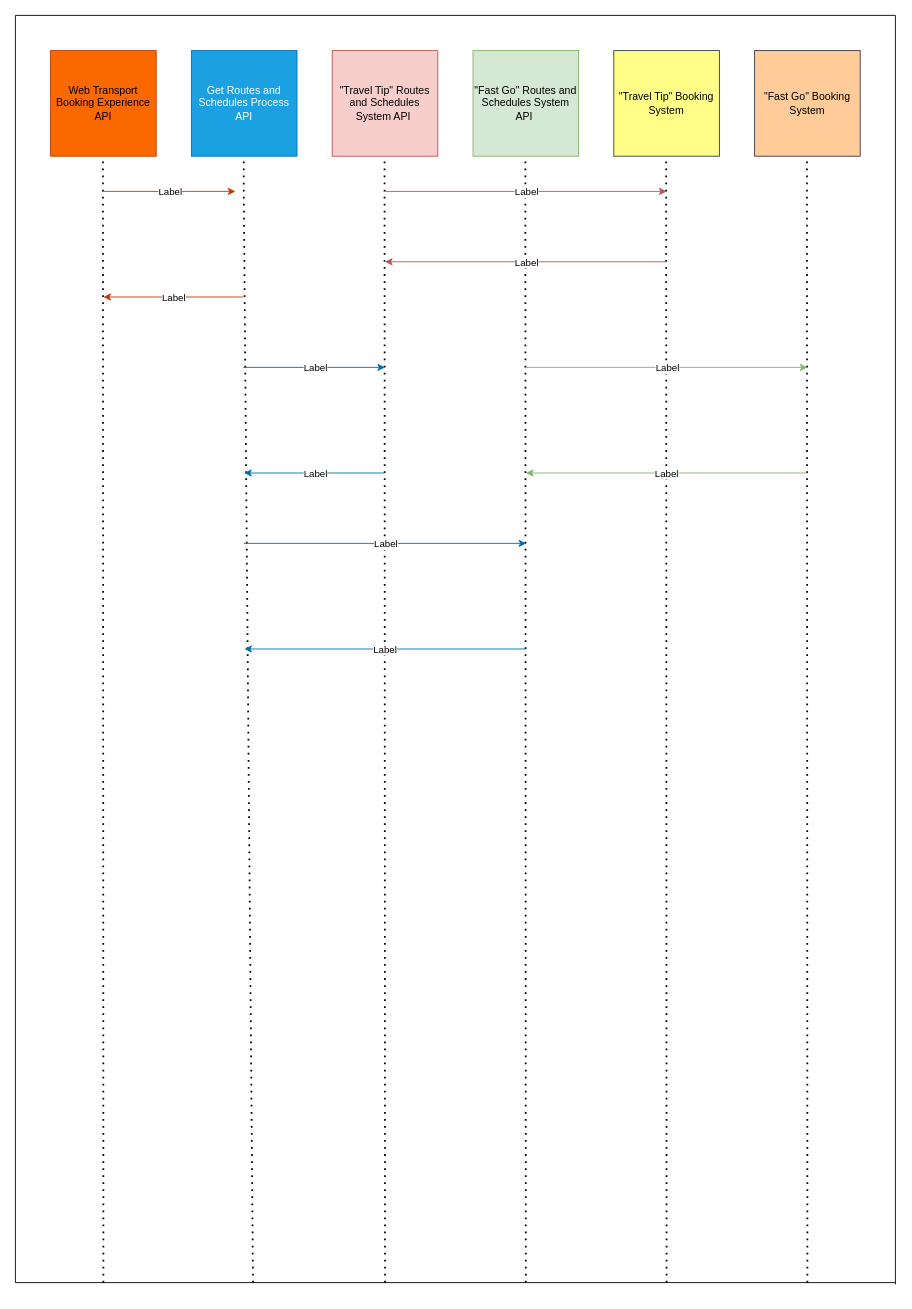
Above: Web App Sequence Diagram.drawio in busugu2018/TripEasy (draw.io), before the change. Source tidied: cells renumbered, new cells numbered last; positions are measured from the earlier drawing's top-left corner, leaving out a move shared by most shapes. Both pictures are drawn from the tidied source at 88%, with x=0, y=0 at pixel (15, 15).
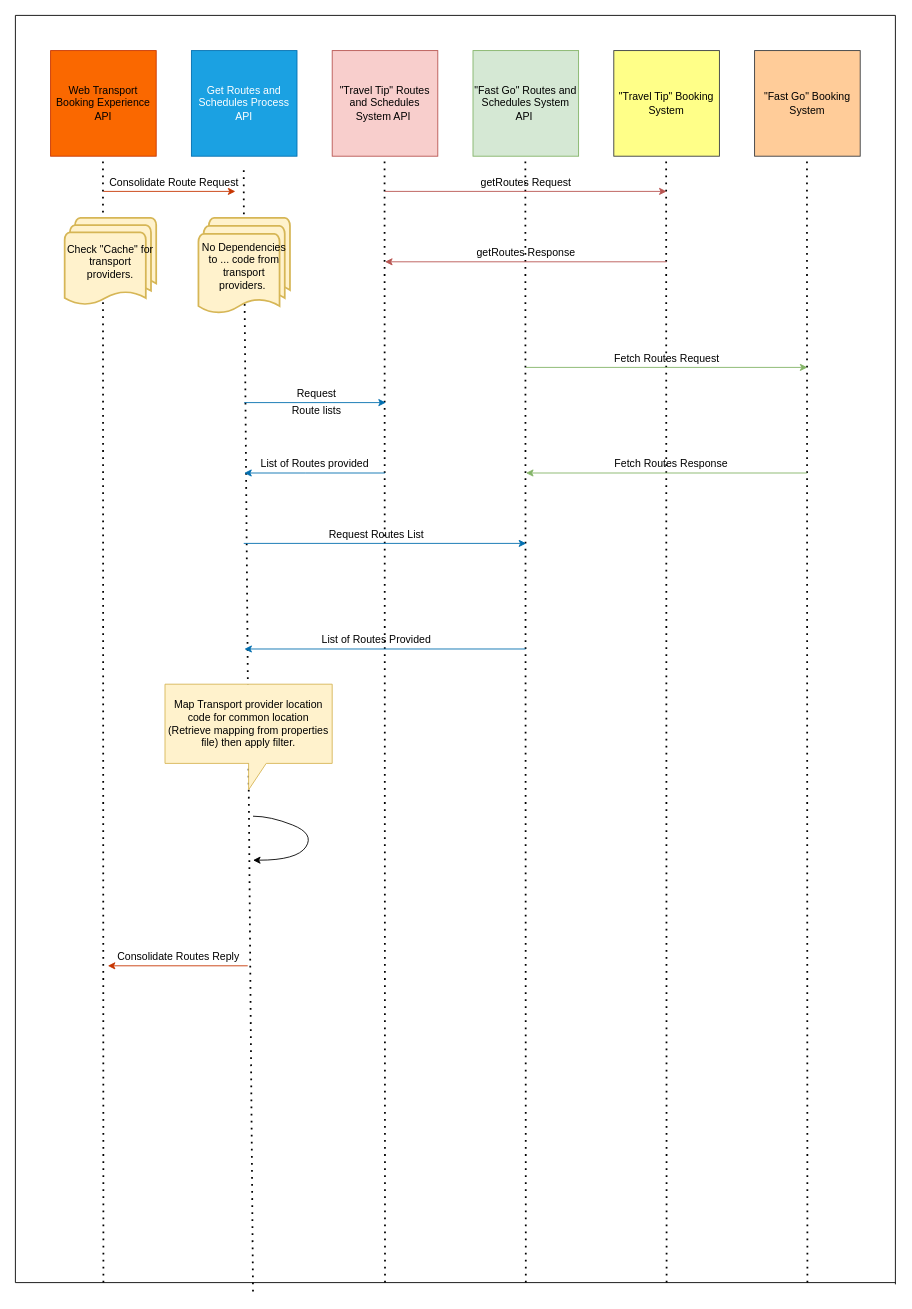
After the change.

Unchanged cells that the change refers to:
```xml
<mxCell id="18" style="endArrow=classic;html=1;rounded=0;fillColor=#fa6800;strokeColor=#C73500;" parent="1" edge="1">
  <mxGeometry relative="1" as="geometry">
    <mxPoint x="100" y="200" as="sourcePoint" />
    <mxPoint x="250" y="200" as="targetPoint" />
  </mxGeometry>
</mxCell>
<mxCell id="20" style="endArrow=classic;html=1;rounded=0;fillColor=#f8cecc;strokeColor=#b85450;" parent="1" edge="1">
  <mxGeometry relative="1" as="geometry">
    <mxPoint x="740" y="280" as="sourcePoint" />
    <mxPoint x="420" y="280" as="targetPoint" />
  </mxGeometry>
</mxCell>
<mxCell id="22" style="endArrow=classic;html=1;rounded=0;fillColor=#f8cecc;strokeColor=#b85450;" parent="1" edge="1">
  <mxGeometry relative="1" as="geometry">
    <mxPoint x="420" y="200" as="sourcePoint" />
    <mxPoint x="740" y="200" as="targetPoint" />
  </mxGeometry>
</mxCell>
<mxCell id="24" style="endArrow=classic;html=1;rounded=0;fillColor=#1ba1e2;strokeColor=#006EAF;" parent="1" edge="1">
  <mxGeometry relative="1" as="geometry">
    <mxPoint x="259.5" y="600" as="sourcePoint" />
    <mxPoint x="580.5" y="600" as="targetPoint" />
  </mxGeometry>
</mxCell>
<mxCell id="32" style="endArrow=classic;html=1;rounded=0;fillColor=#1ba1e2;strokeColor=#006EAF;" parent="1" edge="1">
  <mxGeometry relative="1" as="geometry">
    <mxPoint x="579.8" y="720" as="sourcePoint" />
    <mxPoint x="260.2" y="720" as="targetPoint" />
  </mxGeometry>
</mxCell>
<mxCell id="34" style="endArrow=classic;html=1;rounded=0;fillColor=#d5e8d4;strokeColor=#82b366;" parent="1" edge="1">
  <mxGeometry relative="1" as="geometry">
    <mxPoint x="580" y="400" as="sourcePoint" />
    <mxPoint x="900" y="400" as="targetPoint" />
  </mxGeometry>
</mxCell>
<mxCell id="36" style="endArrow=classic;html=1;rounded=0;fillColor=#d5e8d4;strokeColor=#82b366;" parent="1" edge="1">
  <mxGeometry relative="1" as="geometry">
    <mxPoint x="899.8" y="520" as="sourcePoint" />
    <mxPoint x="580.2" y="520" as="targetPoint" />
  </mxGeometry>
</mxCell>
```

Change to the diagram source:
```diff
@@
     <mxCell id="13" style="endArrow=none;dashed=1;html=1;dashPattern=1 3;strokeWidth=2;rounded=0;" parent="1" edge="1">
       <mxGeometry relative="1" as="geometry">
-        <mxPoint x="270" y="1440" as="sourcePoint" />
-        <mxPoint x="259.5" y="160" as="targetPoint" />
+        <mxPoint x="270" y="1450" as="sourcePoint" />
+        <mxPoint x="259.5" y="170" as="targetPoint" />
         <Array as="points">
-          <mxPoint x="259.5" y="200" />
+          <mxPoint x="259.5" y="210" />
         </Array>
       </mxGeometry>
     </mxCell>
@@
-    <mxCell id="19" value="Label" style="edgeLabel;html=1;align=center;verticalAlign=middle;" parent="18" vertex="1">
-      <mxGeometry relative="1" as="geometry" />
-    </mxCell>
@@
-    <mxCell id="21" value="Label" style="edgeLabel;html=1;align=center;verticalAlign=middle;" parent="20" vertex="1">
-      <mxGeometry relative="1" as="geometry" />
-    </mxCell>
@@
-    <mxCell id="23" value="Label" style="edgeLabel;html=1;align=center;verticalAlign=middle;" parent="22" vertex="1">
-      <mxGeometry relative="1" as="geometry" />
-    </mxCell>
@@
-    <mxCell id="25" value="Label" style="edgeLabel;html=1;align=center;verticalAlign=middle;" parent="24" vertex="1">
-      <mxGeometry relative="1" as="geometry" />
-    </mxCell>
     <mxCell id="26" style="endArrow=classic;html=1;rounded=0;fillColor=#1ba1e2;strokeColor=#006EAF;" parent="1" edge="1">
       <mxGeometry relative="1" as="geometry">
         <mxPoint x="420" y="520" as="sourcePoint" />
         <mxPoint x="260" y="520" as="targetPoint" />
+        <Array as="points">
+          <mxPoint x="330" y="520" />
+        </Array>
       </mxGeometry>
     </mxCell>
-    <mxCell id="27" value="Label" style="edgeLabel;html=1;align=center;verticalAlign=middle;" parent="26" vertex="1">
-      <mxGeometry relative="1" as="geometry" />
-    </mxCell>
     <mxCell id="28" style="endArrow=classic;html=1;rounded=0;fillColor=#fa6800;strokeColor=#C73500;" parent="1" edge="1">
       <mxGeometry relative="1" as="geometry">
-        <mxPoint x="259" y="320" as="sourcePoint" />
-        <mxPoint x="100" y="320" as="targetPoint" />
+        <mxPoint x="264" y="1080" as="sourcePoint" />
+        <mxPoint x="105" y="1080" as="targetPoint" />
       </mxGeometry>
     </mxCell>
-    <mxCell id="29" value="Label" style="edgeLabel;html=1;align=center;verticalAlign=middle;" parent="28" vertex="1">
-      <mxGeometry relative="1" as="geometry" />
-    </mxCell>
     <mxCell id="30" style="endArrow=classic;html=1;rounded=0;fillColor=#1ba1e2;strokeColor=#006EAF;" parent="1" edge="1">
       <mxGeometry relative="1" as="geometry">
-        <mxPoint x="259" y="400" as="sourcePoint" />
-        <mxPoint x="420" y="400" as="targetPoint" />
+        <mxPoint x="260" y="440" as="sourcePoint" />
+        <mxPoint x="421" y="440" as="targetPoint" />
       </mxGeometry>
     </mxCell>
-    <mxCell id="31" value="Label" style="edgeLabel;html=1;align=center;verticalAlign=middle;" parent="30" vertex="1">
-      <mxGeometry relative="1" as="geometry" />
-    </mxCell>
@@
-    <mxCell id="33" value="Label" style="edgeLabel;html=1;align=center;verticalAlign=middle;" parent="32" vertex="1">
-      <mxGeometry relative="1" as="geometry" />
-    </mxCell>
@@
-    <mxCell id="35" value="Label" style="edgeLabel;html=1;align=center;verticalAlign=middle;" parent="34" vertex="1">
-      <mxGeometry relative="1" as="geometry" />
-    </mxCell>
@@
-    <mxCell id="37" value="Label" style="edgeLabel;html=1;align=center;verticalAlign=middle;" parent="36" vertex="1">
-      <mxGeometry relative="1" as="geometry" />
-    </mxCell>
+    <mxCell id="38" value="&lt;div style=&quot;line-height: 1.17&quot;&gt;Consolidate Route Request&lt;/div&gt;" style="text;html=1;align=center;verticalAlign=middle;strokeColor=none;fillColor=none;" parent="1" vertex="1">
+      <mxGeometry x="100" y="180" width="160" height="20" as="geometry" />
+    </mxCell>
+    <mxCell id="39" value="&lt;span&gt;Check &quot;Cache&quot; for transport providers.&lt;/span&gt;" style="strokeWidth=2;html=1;shape=mxgraph.flowchart.multi-document;whiteSpace=wrap;align=center;fillColor=#fff2cc;strokeColor=#d6b656;" parent="1" vertex="1">
+      <mxGeometry x="56" y="230" width="104" height="100" as="geometry" />
+    </mxCell>
+    <mxCell id="40" value="No Dependencies to ... code from transport providers.&amp;nbsp;" style="strokeWidth=2;html=1;shape=mxgraph.flowchart.multi-document;whiteSpace=wrap;align=center;fillColor=#fff2cc;strokeColor=#d6b656;" parent="1" vertex="1">
+      <mxGeometry x="208" y="230" width="104" height="110" as="geometry" />
+    </mxCell>
+    <mxCell id="41" value="Request" style="text;html=1;align=center;verticalAlign=middle;strokeColor=none;fillColor=none;" parent="1" vertex="1">
+      <mxGeometry x="312" y="420" width="60" height="20" as="geometry" />
+    </mxCell>
+    <mxCell id="42" value="Route lists" style="text;html=1;align=center;verticalAlign=middle;strokeColor=none;fillColor=none;" parent="1" vertex="1">
+      <mxGeometry x="307" y="440" width="70" height="20" as="geometry" />
+    </mxCell>
+    <mxCell id="43" value="List of Routes provided" style="text;html=1;align=center;verticalAlign=middle;strokeColor=none;fillColor=none;" parent="1" vertex="1">
+      <mxGeometry x="270" y="500" width="140" height="20" as="geometry" />
+    </mxCell>
+    <mxCell id="44" value="Request Routes List" style="text;html=1;align=center;verticalAlign=middle;strokeColor=none;fillColor=none;" parent="1" vertex="1">
+      <mxGeometry x="350" y="580" width="120" height="20" as="geometry" />
+    </mxCell>
+    <mxCell id="45" value="List of Routes Provided" style="text;html=1;align=center;verticalAlign=middle;strokeColor=none;fillColor=none;" parent="1" vertex="1">
+      <mxGeometry x="340" y="700" width="140" height="20" as="geometry" />
+    </mxCell>
+    <mxCell id="46" value="getRoutes Request" style="text;html=1;align=center;verticalAlign=middle;strokeColor=none;fillColor=none;" parent="1" vertex="1">
+      <mxGeometry x="520" y="180" width="120" height="20" as="geometry" />
+    </mxCell>
+    <mxCell id="47" value="getRoutes Response" style="text;html=1;align=center;verticalAlign=middle;strokeColor=none;fillColor=none;" parent="1" vertex="1">
+      <mxGeometry x="515" y="260" width="130" height="20" as="geometry" />
+    </mxCell>
+    <mxCell id="48" value="Fetch Routes Request" style="text;html=1;align=center;verticalAlign=middle;strokeColor=none;fillColor=none;" parent="1" vertex="1">
+      <mxGeometry x="675" y="380" width="130" height="20" as="geometry" />
+    </mxCell>
+    <mxCell id="49" value="Fetch Routes Response" style="text;html=1;align=center;verticalAlign=middle;strokeColor=none;fillColor=none;" parent="1" vertex="1">
+      <mxGeometry x="675" y="500" width="140" height="20" as="geometry" />
+    </mxCell>
+    <mxCell id="50" style="curved=1;endArrow=classic;html=1;rounded=0;" parent="1" edge="1">
+      <mxGeometry relative="1" as="geometry">
+        <mxPoint x="270" y="910" as="sourcePoint" />
+        <mxPoint x="270" y="960" as="targetPoint" />
+        <Array as="points">
+          <mxPoint x="290" y="910" />
+          <mxPoint x="340" y="930" />
+          <mxPoint x="320" y="960" />
+        </Array>
+      </mxGeometry>
+    </mxCell>
+    <mxCell id="51" value="Map Transport provider location code for common location (Retrieve mapping from properties file) then apply filter." style="shape=callout;whiteSpace=wrap;html=1;perimeter=calloutPerimeter;align=center;fillColor=#fff2cc;strokeColor=#d6b656;" parent="1" vertex="1">
+      <mxGeometry x="170" y="760" width="190" height="120" as="geometry" />
+    </mxCell>
+    <mxCell id="52" value="Consolidate Routes Reply" style="text;html=1;align=center;verticalAlign=middle;strokeColor=none;fillColor=none;" parent="1" vertex="1">
+      <mxGeometry x="110" y="1060" width="150" height="20" as="geometry" />
+    </mxCell>
```
